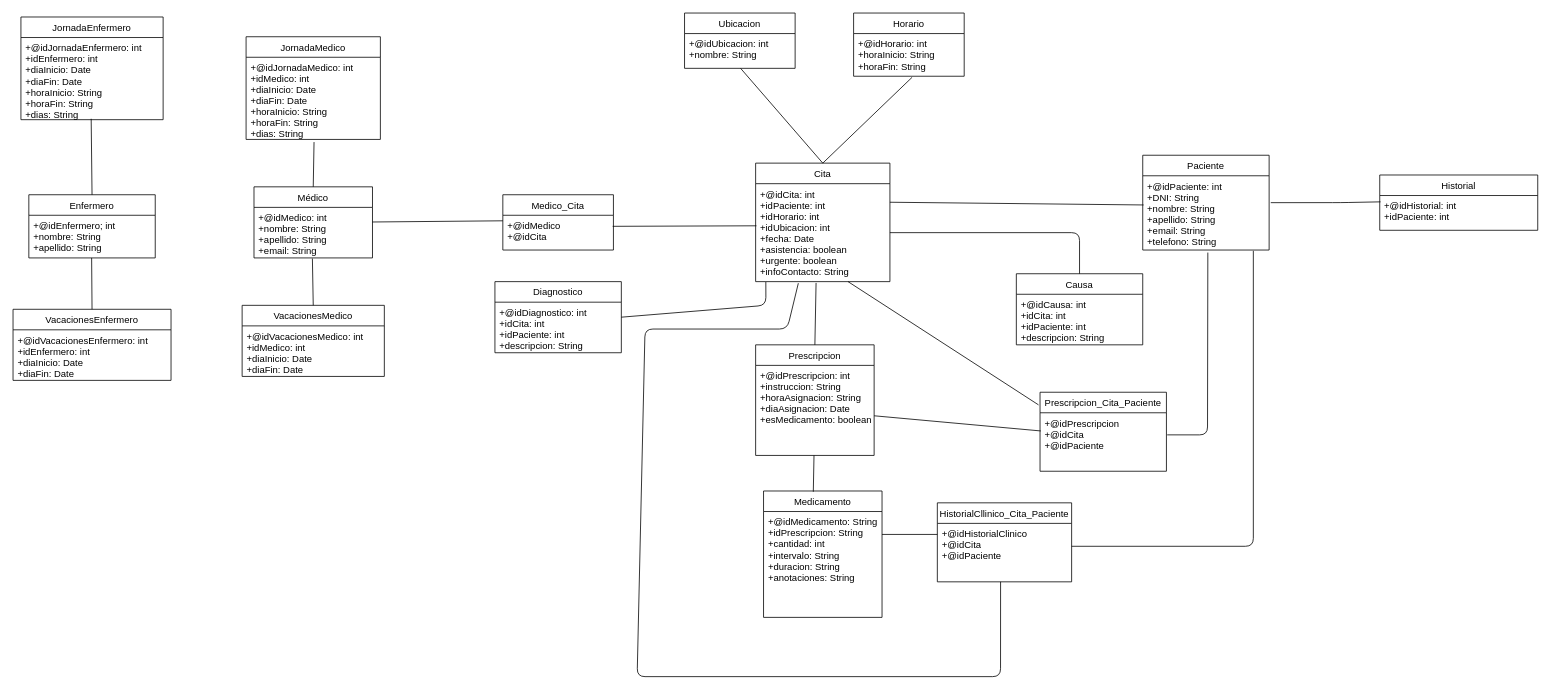
This is BBDD/diseño/DiagramaIPS.G IPS.drawio from nicomencia/IPS21_L33, a draw.io file, before an edit. Source tidied: cells renumbered, new cells numbered last; positions are measured from the earlier drawing's top-left corner, leaving out a move shared by most shapes. Both pictures are drawn from the tidied source at 79%, with x=0, y=0 at pixel (13, 13).
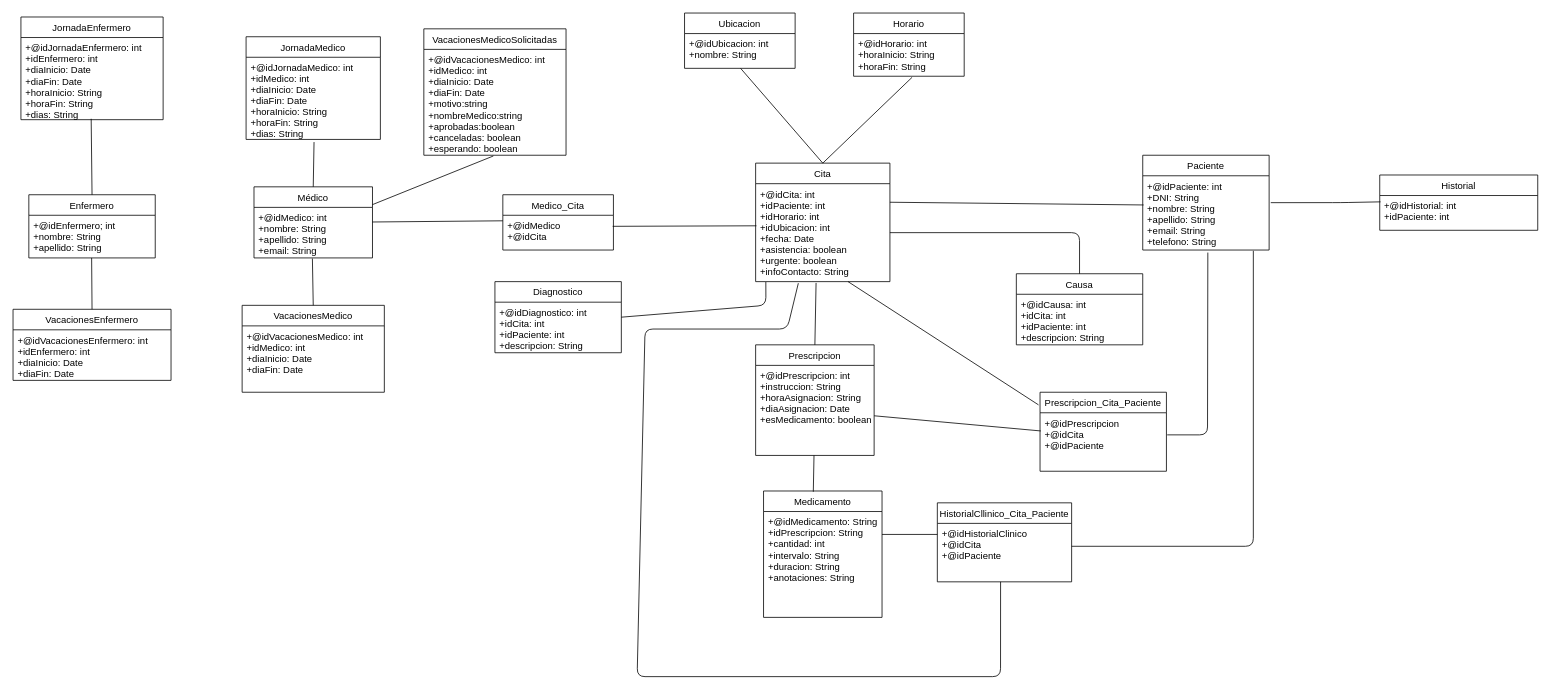
Above is the later version.

Unchanged cells that the change refers to:
```xml
<mxCell id="10" value="Médico" style="swimlane;fontStyle=0;horizontal=1;startSize=26;fillColor=none;" parent="1" vertex="1">
  <mxGeometry x="305" y="220" width="150" height="90" as="geometry" />
</mxCell>
```

The edit, as a diff of the source:
```diff
@@
     <mxCell id="14" value="VacacionesMedico" style="swimlane;fontStyle=0;horizontal=1;startSize=26;fillColor=none;" parent="1" vertex="1">
-      <mxGeometry x="290" y="370" width="180" height="90" as="geometry" />
+      <mxGeometry x="290" y="370" width="180" height="110" as="geometry" />
     </mxCell>
     <mxCell id="15" value="+@idVacacionesMedico: int&#10;+idMedico: int&#10;+diaInicio: Date&#10;+diaFin: Date" style="text;strokeColor=none;fillColor=none;align=left;verticalAlign=top;spacingLeft=4;spacingRight=4;overflow=hidden;" parent="14" vertex="1">
-      <mxGeometry y="26" width="180" height="64" as="geometry" />
+      <mxGeometry y="26" width="180" height="84" as="geometry" />
     </mxCell>
@@
+    <mxCell id="58" value="VacacionesMedicoSolicitadas" style="swimlane;fontStyle=0;horizontal=1;startSize=26;fillColor=none;" parent="1" vertex="1">
+      <mxGeometry x="520" y="20" width="180" height="160" as="geometry" />
+    </mxCell>
+    <mxCell id="59" value="+@idVacacionesMedico: int&#10;+idMedico: int&#10;+diaInicio: Date&#10;+diaFin: Date&#10;+motivo:string&#10;+nombreMedico:string&#10;+aprobadas:boolean&#10;+canceladas: boolean&#10;+esperando: boolean" style="text;strokeColor=none;fillColor=none;align=left;verticalAlign=top;spacingLeft=4;spacingRight=4;overflow=hidden;points=[[0,0.5],[1,0.5]];portConstraint=eastwest;" parent="58" vertex="1">
+      <mxGeometry y="26" width="180" height="134" as="geometry" />
+    </mxCell>
+    <mxCell id="60" style="endArrow=none;html=1;entryX=0.489;entryY=1.007;entryDx=0;entryDy=0;entryPerimeter=0;exitX=1;exitY=0.25;exitDx=0;exitDy=0;" parent="1" edge="1" source="10" target="59">
+      <mxGeometry relative="1" as="geometry" />
+    </mxCell>
```
